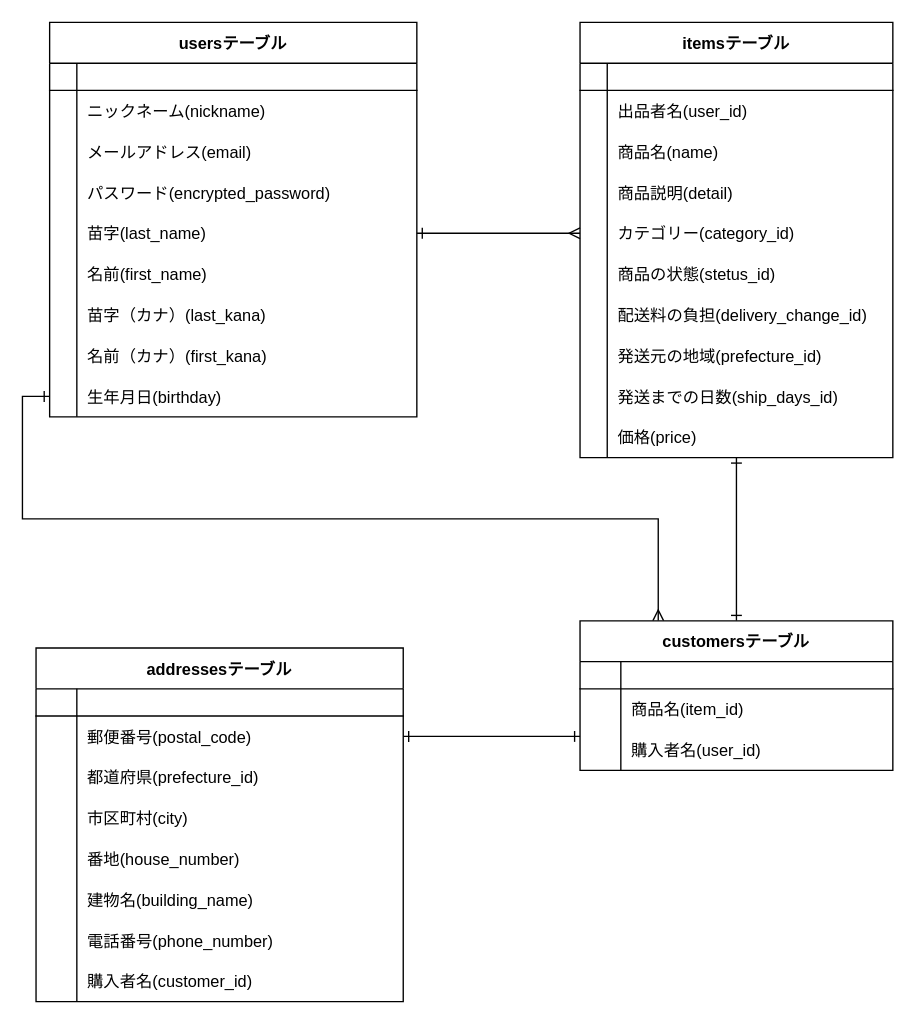
Above: furima.dio in m81-ito-keisuke/furima-28163 (draw.io), before the change. Source tidied: cells renumbered, new cells numbered last; positions are measured from the earlier drawing's top-left corner, leaving out a move shared by most shapes. Both pictures are drawn from the tidied source at 136%, with x=0, y=0 at pixel (35, 22).
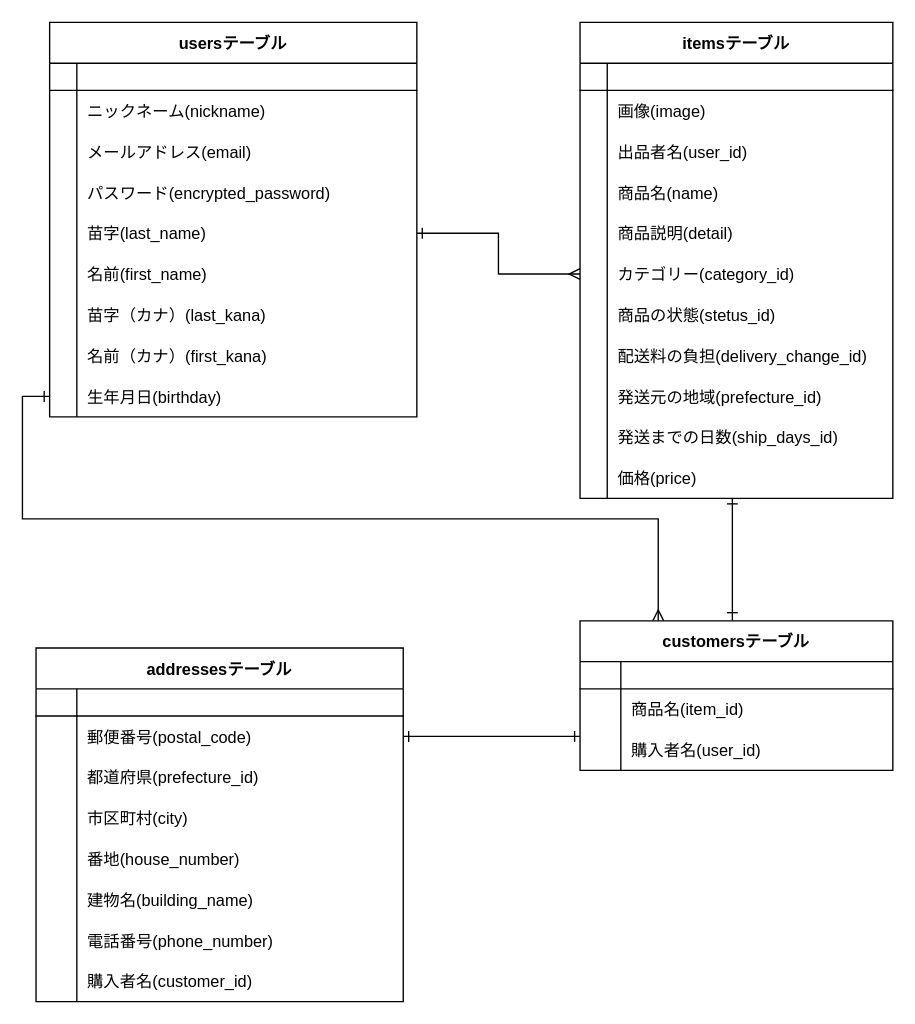
Above is the later version.

Unchanged cells that the change refers to:
```xml
<mxCell id="37" value="customersテーブル" style="shape=table;startSize=30;childLayout=tableLayout;rowLines=0;fontStyle=1;align=center;" parent="1" vertex="1">
  <mxGeometry x="400" y="440" width="230" height="110" as="geometry" />
</mxCell>
```

Change to the diagram source:
```diff
@@
     <mxCell id="3" value="itemsテーブル" style="shape=table;startSize=30;childLayout=tableLayout;rowLines=0;fontStyle=1;align=center;" parent="1" vertex="1">
-      <mxGeometry x="400" width="230" height="320" as="geometry" />
+      <mxGeometry x="400" width="230" height="350" as="geometry" />
     </mxCell>
@@
+    <mxCell id="101" style="shape=partialRectangle;fillColor=none;top=0;left=0;bottom=0;right=0;" parent="3" vertex="1">
+      <mxGeometry y="50" width="230" height="30" as="geometry" />
+    </mxCell>
+    <mxCell id="102" style="shape=partialRectangle;fillColor=none;top=0;left=0;bottom=0;right=0;overflow=hidden;" parent="101" vertex="1">
+      <mxGeometry width="20" height="30" as="geometry" />
+    </mxCell>
+    <mxCell id="103" value="画像(image)" style="shape=partialRectangle;fillColor=none;top=0;left=0;bottom=0;right=0;align=left;spacingLeft=6;overflow=hidden;" parent="101" vertex="1">
+      <mxGeometry x="20" width="210" height="30" as="geometry" />
+    </mxCell>
     <mxCell id="7" style="shape=partialRectangle;fillColor=none;top=0;left=0;bottom=0;right=0;" parent="3" vertex="1">
-      <mxGeometry y="50" width="230" height="30" as="geometry" />
+      <mxGeometry y="80" width="230" height="30" as="geometry" />
     </mxCell>
@@
     <mxCell id="10" style="shape=partialRectangle;fillColor=none;top=0;left=0;bottom=0;right=0;" parent="3" vertex="1">
-      <mxGeometry y="80" width="230" height="30" as="geometry" />
+      <mxGeometry y="110" width="230" height="30" as="geometry" />
     </mxCell>
@@
     <mxCell id="13" style="shape=partialRectangle;fillColor=none;top=0;left=0;bottom=0;right=0;" parent="3" vertex="1">
-      <mxGeometry y="110" width="230" height="30" as="geometry" />
+      <mxGeometry y="140" width="230" height="30" as="geometry" />
     </mxCell>
@@
     <mxCell id="16" style="shape=partialRectangle;fillColor=none;top=0;left=0;bottom=0;right=0;points=[[0,0.5],[1,0.5]];portConstraint=eastwest;" parent="3" vertex="1">
-      <mxGeometry y="140" width="230" height="30" as="geometry" />
+      <mxGeometry y="170" width="230" height="30" as="geometry" />
     </mxCell>
@@
     <mxCell id="19" style="shape=partialRectangle;fillColor=none;top=0;left=0;bottom=0;right=0;" parent="3" vertex="1">
-      <mxGeometry y="170" width="230" height="30" as="geometry" />
+      <mxGeometry y="200" width="230" height="30" as="geometry" />
     </mxCell>
@@
     <mxCell id="22" style="shape=partialRectangle;fillColor=none;top=0;left=0;bottom=0;right=0;" parent="3" vertex="1">
-      <mxGeometry y="200" width="230" height="30" as="geometry" />
+      <mxGeometry y="230" width="230" height="30" as="geometry" />
     </mxCell>
@@
     <mxCell id="25" style="shape=partialRectangle;fillColor=none;top=0;left=0;bottom=0;right=0;" parent="3" vertex="1">
-      <mxGeometry y="230" width="230" height="30" as="geometry" />
+      <mxGeometry y="260" width="230" height="30" as="geometry" />
     </mxCell>
@@
     <mxCell id="28" style="shape=partialRectangle;fillColor=none;top=0;left=0;bottom=0;right=0;" parent="3" vertex="1">
-      <mxGeometry y="260" width="230" height="30" as="geometry" />
+      <mxGeometry y="290" width="230" height="30" as="geometry" />
     </mxCell>
@@
     <mxCell id="31" style="shape=partialRectangle;fillColor=none;top=0;left=0;bottom=0;right=0;points=[[0,0.5],[1,0.5]];portConstraint=eastwest;" parent="3" vertex="1">
-      <mxGeometry y="290" width="230" height="30" as="geometry" />
+      <mxGeometry y="320" width="230" height="30" as="geometry" />
     </mxCell>
@@
-    <mxCell id="35" style="edgeStyle=orthogonalEdgeStyle;rounded=0;jettySize=auto;html=1;exitX=0.5;exitY=0;exitDx=0;exitDy=0;entryX=0.5;entryY=1;entryDx=0;entryDy=0;entryPerimeter=0;startArrow=ERone;startFill=0;endArrow=ERone;endFill=0;" parent="1" edge="1" source="37" target="31">
-      <mxGeometry relative="1" as="geometry" />
+    <mxCell id="35" style="edgeStyle=orthogonalEdgeStyle;rounded=0;orthogonalLoop=1;jettySize=auto;html=1;startArrow=ERone;startFill=0;endArrow=ERone;endFill=0;" parent="1" edge="1">
+      <mxGeometry relative="1" as="geometry">
+        <mxPoint x="512" y="430" as="sourcePoint" />
+        <mxPoint x="512" y="350" as="targetPoint" />
+        <Array as="points">
+          <mxPoint x="512" y="440" />
+        </Array>
+      </mxGeometry>
     </mxCell>
```
